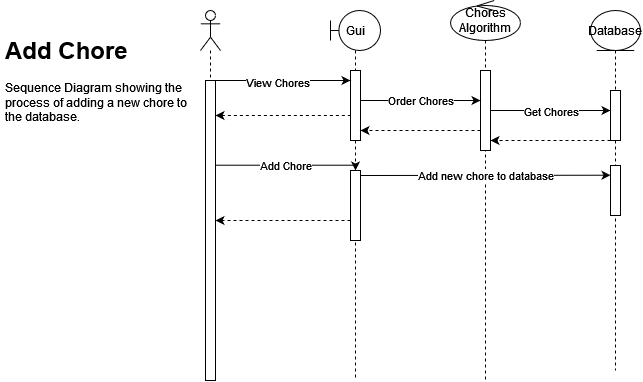
The draw.io diagram missions/mission03/SequenceDiagramAddChore.png in ray66han/SW-Etal-Grp-Work, before a commit. Source tidied: cells renumbered, new cells last; positions are measured from the earlier drawing's top-left corner, leaving out a move shared by most shapes. The source it was exported from:
```xml
<mxGraphModel>
  <root>
    <mxCell id="0" />
    <mxCell id="1" parent="0" />
    <mxCell id="2" style="shape=umlLifeline;perimeter=lifelinePerimeter;whiteSpace=wrap;html=1;outlineConnect=0;portConstraint=eastwest;newEdgeStyle={&quot;edgeStyle&quot;:&quot;elbowEdgeStyle&quot;,&quot;elbow&quot;:&quot;vertical&quot;,&quot;curved&quot;:0,&quot;rounded&quot;:0};participant=umlActor;labelBackgroundColor=none;rounded=0;" parent="1" vertex="1">
      <mxGeometry x="200" y="10" width="20" height="370" as="geometry" />
    </mxCell>
    <mxCell id="3" style="html=1;points=[];perimeter=orthogonalPerimeter;outlineConnect=0;targetShapes=umlLifeline;portConstraint=eastwest;newEdgeStyle={&quot;edgeStyle&quot;:&quot;elbowEdgeStyle&quot;,&quot;elbow&quot;:&quot;vertical&quot;,&quot;curved&quot;:0,&quot;rounded&quot;:0};labelBackgroundColor=none;rounded=0;" parent="2" vertex="1">
      <mxGeometry x="5" y="70" width="10" height="300" as="geometry" />
    </mxCell>
    <mxCell id="4" value="Gui" style="shape=umlLifeline;perimeter=lifelinePerimeter;whiteSpace=wrap;html=1;newEdgeStyle={&quot;edgeStyle&quot;:&quot;elbowEdgeStyle&quot;,&quot;elbow&quot;:&quot;vertical&quot;,&quot;curved&quot;:0,&quot;rounded&quot;:0};participant=umlBoundary;" parent="1" vertex="1">
      <mxGeometry x="330" y="10" width="50" height="370" as="geometry" />
    </mxCell>
    <mxCell id="5" style="html=1;points=[];perimeter=orthogonalPerimeter;outlineConnect=0;targetShapes=umlLifeline;portConstraint=eastwest;newEdgeStyle={&quot;edgeStyle&quot;:&quot;elbowEdgeStyle&quot;,&quot;elbow&quot;:&quot;vertical&quot;,&quot;curved&quot;:0,&quot;rounded&quot;:0};labelBackgroundColor=none;rounded=0;" parent="4" vertex="1">
      <mxGeometry x="20" y="60" width="10" height="70" as="geometry" />
    </mxCell>
    <mxCell id="6" style="html=1;points=[];perimeter=orthogonalPerimeter;outlineConnect=0;targetShapes=umlLifeline;portConstraint=eastwest;newEdgeStyle={&quot;edgeStyle&quot;:&quot;elbowEdgeStyle&quot;,&quot;elbow&quot;:&quot;vertical&quot;,&quot;curved&quot;:0,&quot;rounded&quot;:0};labelBackgroundColor=none;rounded=0;" parent="4" vertex="1">
      <mxGeometry x="20" y="160" width="10" height="70" as="geometry" />
    </mxCell>
    <mxCell id="7" value="&lt;div&gt;Chores Algorithm&lt;/div&gt;" style="shape=umlLifeline;perimeter=lifelinePerimeter;whiteSpace=wrap;html=1;newEdgeStyle={&quot;edgeStyle&quot;:&quot;elbowEdgeStyle&quot;,&quot;elbow&quot;:&quot;vertical&quot;,&quot;curved&quot;:0,&quot;rounded&quot;:0};participant=umlControl;" parent="1" vertex="1">
      <mxGeometry x="450" width="70" height="380" as="geometry" />
    </mxCell>
    <mxCell id="8" style="html=1;points=[];perimeter=orthogonalPerimeter;outlineConnect=0;targetShapes=umlLifeline;portConstraint=eastwest;newEdgeStyle={&quot;edgeStyle&quot;:&quot;elbowEdgeStyle&quot;,&quot;elbow&quot;:&quot;vertical&quot;,&quot;curved&quot;:0,&quot;rounded&quot;:0};labelBackgroundColor=none;rounded=0;" parent="7" vertex="1">
      <mxGeometry x="30" y="70" width="10" height="80" as="geometry" />
    </mxCell>
    <mxCell id="9" value="Database" style="shape=umlLifeline;perimeter=lifelinePerimeter;whiteSpace=wrap;html=1;newEdgeStyle={&quot;edgeStyle&quot;:&quot;elbowEdgeStyle&quot;,&quot;elbow&quot;:&quot;vertical&quot;,&quot;curved&quot;:0,&quot;rounded&quot;:0};participant=umlEntity;" parent="1" vertex="1">
      <mxGeometry x="590" y="10" width="50" height="360" as="geometry" />
    </mxCell>
    <mxCell id="10" style="html=1;points=[];perimeter=orthogonalPerimeter;outlineConnect=0;targetShapes=umlLifeline;portConstraint=eastwest;newEdgeStyle={&quot;edgeStyle&quot;:&quot;elbowEdgeStyle&quot;,&quot;elbow&quot;:&quot;vertical&quot;,&quot;curved&quot;:0,&quot;rounded&quot;:0};labelBackgroundColor=none;rounded=0;" parent="9" vertex="1">
      <mxGeometry x="20" y="80" width="10" height="50" as="geometry" />
    </mxCell>
    <mxCell id="11" style="html=1;points=[];perimeter=orthogonalPerimeter;outlineConnect=0;targetShapes=umlLifeline;portConstraint=eastwest;newEdgeStyle={&quot;edgeStyle&quot;:&quot;elbowEdgeStyle&quot;,&quot;elbow&quot;:&quot;vertical&quot;,&quot;curved&quot;:0,&quot;rounded&quot;:0};labelBackgroundColor=none;rounded=0;" parent="9" vertex="1">
      <mxGeometry x="20" y="155" width="10" height="50" as="geometry" />
    </mxCell>
    <mxCell id="12" style="edgeStyle=elbowEdgeStyle;jettySize=auto;html=1;elbow=vertical;curved=0;rounded=0;" parent="1" edge="1" source="3">
      <mxGeometry relative="1" as="geometry">
        <mxPoint x="350" y="80" as="targetPoint" />
        <Array as="points">
          <mxPoint x="273" y="80" />
        </Array>
      </mxGeometry>
    </mxCell>
    <mxCell id="13" value="View Chores" style="edgeLabel;html=1;align=center;verticalAlign=middle;" parent="12" vertex="1">
      <mxGeometry x="-0.09" y="-2" relative="1" as="geometry" />
    </mxCell>
    <mxCell id="14" style="edgeStyle=elbowEdgeStyle;jettySize=auto;html=1;elbow=vertical;curved=0;rounded=0;startArrow=classic;startFill=1;endArrow=none;endFill=0;dashed=1;" parent="1" edge="1" source="3" target="5">
      <mxGeometry relative="1" as="geometry">
        <Array as="points">
          <mxPoint x="290" y="115" />
          <mxPoint x="320" y="130" />
          <mxPoint x="268" y="140" />
        </Array>
      </mxGeometry>
    </mxCell>
    <mxCell id="15" value="Order Chores" style="edgeStyle=elbowEdgeStyle;orthogonalLoop=1;jettySize=auto;html=1;elbow=horizontal;curved=0;rounded=0;" parent="1" edge="1">
      <mxGeometry relative="1" as="geometry">
        <mxPoint x="360" y="100" as="sourcePoint" />
        <mxPoint x="480" y="100" as="targetPoint" />
        <Array as="points">
          <mxPoint x="420" y="100" />
        </Array>
      </mxGeometry>
    </mxCell>
    <mxCell id="16" style="edgeStyle=elbowEdgeStyle;jettySize=auto;html=1;elbow=vertical;curved=0;rounded=0;" parent="1" edge="1" source="8" target="10">
      <mxGeometry relative="1" as="geometry">
        <Array as="points">
          <mxPoint x="550" y="110" />
        </Array>
      </mxGeometry>
    </mxCell>
    <mxCell id="17" value="&lt;div&gt;Get Chores&lt;/div&gt;" style="edgeLabel;html=1;align=center;verticalAlign=middle;" parent="16" vertex="1">
      <mxGeometry x="-0.29" y="-1" relative="1" as="geometry">
        <mxPoint x="18" as="offset" />
      </mxGeometry>
    </mxCell>
    <mxCell id="18" style="edgeStyle=elbowEdgeStyle;jettySize=auto;html=1;elbow=vertical;curved=0;rounded=0;dashed=1;" parent="1" edge="1" source="10" target="8">
      <mxGeometry relative="1" as="geometry">
        <Array as="points">
          <mxPoint x="520" y="140" />
          <mxPoint x="560" y="150" />
        </Array>
      </mxGeometry>
    </mxCell>
    <mxCell id="19" style="edgeStyle=elbowEdgeStyle;jettySize=auto;html=1;elbow=vertical;curved=0;rounded=0;dashed=1;" parent="1" edge="1" source="8" target="5">
      <mxGeometry relative="1" as="geometry">
        <Array as="points">
          <mxPoint x="410" y="130" />
          <mxPoint x="420" y="150" />
        </Array>
      </mxGeometry>
    </mxCell>
    <mxCell id="20" style="edgeStyle=elbowEdgeStyle;jettySize=auto;html=1;elbow=vertical;curved=0;rounded=0;dashed=1;" parent="1" edge="1" target="3">
      <mxGeometry relative="1" as="geometry">
        <mxPoint x="350" y="220" as="sourcePoint" />
        <Array as="points">
          <mxPoint x="340" y="220" />
          <mxPoint x="430" y="219.7" />
        </Array>
      </mxGeometry>
    </mxCell>
    <mxCell id="21" style="edgeStyle=elbowEdgeStyle;jettySize=auto;html=1;elbow=vertical;curved=0;rounded=0;" parent="1" edge="1" source="3" target="6">
      <mxGeometry relative="1" as="geometry">
        <Array as="points">
          <mxPoint x="268" y="164.7" />
        </Array>
      </mxGeometry>
    </mxCell>
    <mxCell id="22" value="&lt;div&gt;Add Chore&lt;br&gt;&lt;/div&gt;" style="edgeLabel;html=1;align=center;verticalAlign=middle;" parent="21" vertex="1">
      <mxGeometry x="-0.09" y="-2" relative="1" as="geometry">
        <mxPoint x="3" y="-2" as="offset" />
      </mxGeometry>
    </mxCell>
    <mxCell id="23" style="edgeStyle=elbowEdgeStyle;jettySize=auto;html=1;elbow=vertical;curved=0;rounded=0;" parent="1" edge="1" target="11">
      <mxGeometry relative="1" as="geometry">
        <mxPoint x="360" y="175" as="sourcePoint" />
        <Array as="points">
          <mxPoint x="413" y="174.7" />
        </Array>
      </mxGeometry>
    </mxCell>
    <mxCell id="24" value="Add new chore to database" style="edgeLabel;html=1;align=center;verticalAlign=middle;" parent="23" vertex="1">
      <mxGeometry x="-0.09" y="-2" relative="1" as="geometry">
        <mxPoint x="11" y="-2" as="offset" />
      </mxGeometry>
    </mxCell>
    <mxCell id="25" value="&lt;h1&gt;Add Chore&lt;br&gt;&lt;/h1&gt;&lt;p&gt;Sequence Diagram showing the process of adding a new chore to the database.&lt;br&gt;&lt;/p&gt;" style="text;html=1;strokeColor=none;fillColor=none;spacing=5;spacingTop=-20;whiteSpace=wrap;overflow=hidden;rounded=0;" parent="1" vertex="1">
      <mxGeometry y="30" width="190" height="120" as="geometry" />
    </mxCell>
  </root>
</mxGraphModel>
```
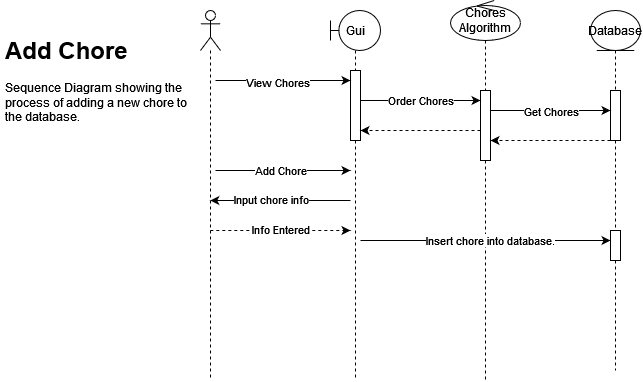
After the commit.

The edit, as a diff of the source:
```diff
@@ -2,26 +2,33 @@
   <root>
     <mxCell id="0" />
     <mxCell id="1" parent="0" />
+    <mxCell id="26" style="edgeStyle=elbowEdgeStyle;rounded=0;jettySize=auto;html=1;elbow=vertical;curved=0;dashed=1;" parent="1" edge="1" source="2">
+      <mxGeometry relative="1" as="geometry">
+        <mxPoint x="350" y="230" as="targetPoint" />
+        <Array as="points">
+          <mxPoint x="330" y="230" />
+        </Array>
+      </mxGeometry>
+    </mxCell>
+    <mxCell id="27" value="Info Entered" style="edgeLabel;html=1;align=center;verticalAlign=middle;" parent="26" vertex="1">
+      <mxGeometry x="-0.14" y="1" relative="1" as="geometry">
+        <mxPoint x="10" as="offset" />
+      </mxGeometry>
+    </mxCell>
     <mxCell id="2" style="shape=umlLifeline;perimeter=lifelinePerimeter;whiteSpace=wrap;html=1;outlineConnect=0;portConstraint=eastwest;newEdgeStyle={&quot;edgeStyle&quot;:&quot;elbowEdgeStyle&quot;,&quot;elbow&quot;:&quot;vertical&quot;,&quot;curved&quot;:0,&quot;rounded&quot;:0};participant=umlActor;labelBackgroundColor=none;rounded=0;" parent="1" vertex="1">
       <mxGeometry x="200" y="10" width="20" height="370" as="geometry" />
     </mxCell>
-    <mxCell id="3" style="html=1;points=[];perimeter=orthogonalPerimeter;outlineConnect=0;targetShapes=umlLifeline;portConstraint=eastwest;newEdgeStyle={&quot;edgeStyle&quot;:&quot;elbowEdgeStyle&quot;,&quot;elbow&quot;:&quot;vertical&quot;,&quot;curved&quot;:0,&quot;rounded&quot;:0};labelBackgroundColor=none;rounded=0;" parent="2" vertex="1">
-      <mxGeometry x="5" y="70" width="10" height="300" as="geometry" />
-    </mxCell>
     <mxCell id="4" value="Gui" style="shape=umlLifeline;perimeter=lifelinePerimeter;whiteSpace=wrap;html=1;newEdgeStyle={&quot;edgeStyle&quot;:&quot;elbowEdgeStyle&quot;,&quot;elbow&quot;:&quot;vertical&quot;,&quot;curved&quot;:0,&quot;rounded&quot;:0};participant=umlBoundary;" parent="1" vertex="1">
       <mxGeometry x="330" y="10" width="50" height="370" as="geometry" />
     </mxCell>
     <mxCell id="5" style="html=1;points=[];perimeter=orthogonalPerimeter;outlineConnect=0;targetShapes=umlLifeline;portConstraint=eastwest;newEdgeStyle={&quot;edgeStyle&quot;:&quot;elbowEdgeStyle&quot;,&quot;elbow&quot;:&quot;vertical&quot;,&quot;curved&quot;:0,&quot;rounded&quot;:0};labelBackgroundColor=none;rounded=0;" parent="4" vertex="1">
       <mxGeometry x="20" y="60" width="10" height="70" as="geometry" />
     </mxCell>
-    <mxCell id="6" style="html=1;points=[];perimeter=orthogonalPerimeter;outlineConnect=0;targetShapes=umlLifeline;portConstraint=eastwest;newEdgeStyle={&quot;edgeStyle&quot;:&quot;elbowEdgeStyle&quot;,&quot;elbow&quot;:&quot;vertical&quot;,&quot;curved&quot;:0,&quot;rounded&quot;:0};labelBackgroundColor=none;rounded=0;" parent="4" vertex="1">
-      <mxGeometry x="20" y="160" width="10" height="70" as="geometry" />
-    </mxCell>
     <mxCell id="7" value="&lt;div&gt;Chores Algorithm&lt;/div&gt;" style="shape=umlLifeline;perimeter=lifelinePerimeter;whiteSpace=wrap;html=1;newEdgeStyle={&quot;edgeStyle&quot;:&quot;elbowEdgeStyle&quot;,&quot;elbow&quot;:&quot;vertical&quot;,&quot;curved&quot;:0,&quot;rounded&quot;:0};participant=umlControl;" parent="1" vertex="1">
       <mxGeometry x="450" width="70" height="380" as="geometry" />
     </mxCell>
     <mxCell id="8" style="html=1;points=[];perimeter=orthogonalPerimeter;outlineConnect=0;targetShapes=umlLifeline;portConstraint=eastwest;newEdgeStyle={&quot;edgeStyle&quot;:&quot;elbowEdgeStyle&quot;,&quot;elbow&quot;:&quot;vertical&quot;,&quot;curved&quot;:0,&quot;rounded&quot;:0};labelBackgroundColor=none;rounded=0;" parent="7" vertex="1">
-      <mxGeometry x="30" y="70" width="10" height="80" as="geometry" />
+      <mxGeometry x="30" y="90" width="10" height="70" as="geometry" />
     </mxCell>
     <mxCell id="9" value="Database" style="shape=umlLifeline;perimeter=lifelinePerimeter;whiteSpace=wrap;html=1;newEdgeStyle={&quot;edgeStyle&quot;:&quot;elbowEdgeStyle&quot;,&quot;elbow&quot;:&quot;vertical&quot;,&quot;curved&quot;:0,&quot;rounded&quot;:0};participant=umlEntity;" parent="1" vertex="1">
       <mxGeometry x="590" y="10" width="50" height="360" as="geometry" />
@@ -29,11 +36,12 @@
     <mxCell id="10" style="html=1;points=[];perimeter=orthogonalPerimeter;outlineConnect=0;targetShapes=umlLifeline;portConstraint=eastwest;newEdgeStyle={&quot;edgeStyle&quot;:&quot;elbowEdgeStyle&quot;,&quot;elbow&quot;:&quot;vertical&quot;,&quot;curved&quot;:0,&quot;rounded&quot;:0};labelBackgroundColor=none;rounded=0;" parent="9" vertex="1">
       <mxGeometry x="20" y="80" width="10" height="50" as="geometry" />
     </mxCell>
-    <mxCell id="11" style="html=1;points=[];perimeter=orthogonalPerimeter;outlineConnect=0;targetShapes=umlLifeline;portConstraint=eastwest;newEdgeStyle={&quot;edgeStyle&quot;:&quot;elbowEdgeStyle&quot;,&quot;elbow&quot;:&quot;vertical&quot;,&quot;curved&quot;:0,&quot;rounded&quot;:0};labelBackgroundColor=none;rounded=0;" parent="9" vertex="1">
-      <mxGeometry x="20" y="155" width="10" height="50" as="geometry" />
-    </mxCell>
+    <mxCell id="28" style="html=1;perimeter=orthogonalPerimeter;targetShapes=umlLifeline;newEdgeStyle={&quot;edgeStyle&quot;:&quot;elbowEdgeStyle&quot;,&quot;elbow&quot;:&quot;vertical&quot;,&quot;curved&quot;:0,&quot;rounded&quot;:0};labelBackgroundColor=none;rounded=0;" parent="9" vertex="1">
+      <mxGeometry x="20" y="220" width="10" height="30" as="geometry" />
+    </mxCell>
-    <mxCell id="12" style="edgeStyle=elbowEdgeStyle;jettySize=auto;html=1;elbow=vertical;curved=0;rounded=0;" parent="1" edge="1" source="3">
+    <mxCell id="12" style="edgeStyle=elbowEdgeStyle;orthogonalLoop=1;jettySize=auto;html=1;elbow=vertical;curved=0;rounded=0;" parent="1" edge="1">
       <mxGeometry relative="1" as="geometry">
+        <mxPoint x="215" y="80" as="sourcePoint" />
         <mxPoint x="350" y="80" as="targetPoint" />
         <Array as="points">
           <mxPoint x="273" y="80" />
@@ -43,15 +51,6 @@
     <mxCell id="13" value="View Chores" style="edgeLabel;html=1;align=center;verticalAlign=middle;" parent="12" vertex="1">
       <mxGeometry x="-0.09" y="-2" relative="1" as="geometry" />
     </mxCell>
-    <mxCell id="14" style="edgeStyle=elbowEdgeStyle;jettySize=auto;html=1;elbow=vertical;curved=0;rounded=0;startArrow=classic;startFill=1;endArrow=none;endFill=0;dashed=1;" parent="1" edge="1" source="3" target="5">
-      <mxGeometry relative="1" as="geometry">
-        <Array as="points">
-          <mxPoint x="290" y="115" />
-          <mxPoint x="320" y="130" />
-          <mxPoint x="268" y="140" />
-        </Array>
-      </mxGeometry>
-    </mxCell>
     <mxCell id="15" value="Order Chores" style="edgeStyle=elbowEdgeStyle;orthogonalLoop=1;jettySize=auto;html=1;elbow=horizontal;curved=0;rounded=0;" parent="1" edge="1">
       <mxGeometry relative="1" as="geometry">
         <mxPoint x="360" y="100" as="sourcePoint" />
@@ -89,19 +88,12 @@
         </Array>
       </mxGeometry>
     </mxCell>
-    <mxCell id="20" style="edgeStyle=elbowEdgeStyle;jettySize=auto;html=1;elbow=vertical;curved=0;rounded=0;dashed=1;" parent="1" edge="1" target="3">
-      <mxGeometry relative="1" as="geometry">
-        <mxPoint x="350" y="220" as="sourcePoint" />
-        <Array as="points">
-          <mxPoint x="340" y="220" />
-          <mxPoint x="430" y="219.7" />
-        </Array>
-      </mxGeometry>
-    </mxCell>
-    <mxCell id="21" style="edgeStyle=elbowEdgeStyle;jettySize=auto;html=1;elbow=vertical;curved=0;rounded=0;" parent="1" edge="1" source="3" target="6">
+    <mxCell id="21" style="edgeStyle=elbowEdgeStyle;orthogonalLoop=1;jettySize=auto;html=1;elbow=vertical;curved=0;rounded=0;" parent="1" edge="1">
       <mxGeometry relative="1" as="geometry">
+        <mxPoint x="215" y="170" as="sourcePoint" />
+        <mxPoint x="350" y="170" as="targetPoint" />
         <Array as="points">
-          <mxPoint x="268" y="164.7" />
+          <mxPoint x="290" y="170" />
         </Array>
       </mxGeometry>
     </mxCell>
@@ -110,21 +102,34 @@
         <mxPoint x="3" y="-2" as="offset" />
       </mxGeometry>
     </mxCell>
-    <mxCell id="23" style="edgeStyle=elbowEdgeStyle;jettySize=auto;html=1;elbow=vertical;curved=0;rounded=0;" parent="1" edge="1" target="11">
-      <mxGeometry relative="1" as="geometry">
-        <mxPoint x="360" y="175" as="sourcePoint" />
-        <Array as="points">
-          <mxPoint x="413" y="174.7" />
-        </Array>
-      </mxGeometry>
-    </mxCell>
-    <mxCell id="24" value="Add new chore to database" style="edgeLabel;html=1;align=center;verticalAlign=middle;" parent="23" vertex="1">
-      <mxGeometry x="-0.09" y="-2" relative="1" as="geometry">
-        <mxPoint x="11" y="-2" as="offset" />
-      </mxGeometry>
-    </mxCell>
     <mxCell id="25" value="&lt;h1&gt;Add Chore&lt;br&gt;&lt;/h1&gt;&lt;p&gt;Sequence Diagram showing the process of adding a new chore to the database.&lt;br&gt;&lt;/p&gt;" style="text;html=1;strokeColor=none;fillColor=none;spacing=5;spacingTop=-20;whiteSpace=wrap;overflow=hidden;rounded=0;" parent="1" vertex="1">
       <mxGeometry y="30" width="190" height="120" as="geometry" />
     </mxCell>
+    <mxCell id="29" style="edgeStyle=elbowEdgeStyle;rounded=0;jettySize=auto;html=1;elbow=vertical;curved=0;" parent="1" edge="1" target="2">
+      <mxGeometry relative="1" as="geometry">
+        <mxPoint x="350" y="200" as="sourcePoint" />
+        <Array as="points">
+          <mxPoint x="260" y="200" />
+          <mxPoint x="250" y="210" />
+        </Array>
+      </mxGeometry>
+    </mxCell>
+    <mxCell id="30" value="&lt;div&gt;Input chore info&lt;/div&gt;" style="edgeLabel;html=1;align=center;verticalAlign=middle;" parent="29" vertex="1">
+      <mxGeometry x="0.13" y="-1" relative="1" as="geometry" />
+    </mxCell>
+    <mxCell id="31" style="edgeStyle=elbowEdgeStyle;rounded=0;orthogonalLoop=1;jettySize=auto;html=1;elbow=vertical;curved=0;" parent="1" edge="1">
+      <mxGeometry relative="1" as="geometry">
+        <mxPoint x="360" y="240" as="sourcePoint" />
+        <mxPoint x="610" y="240" as="targetPoint" />
+        <Array as="points">
+          <mxPoint x="510" y="240" />
+        </Array>
+      </mxGeometry>
+    </mxCell>
+    <mxCell id="32" value="Insert chore into database." style="edgeLabel;html=1;align=center;verticalAlign=middle;" parent="31" vertex="1">
+      <mxGeometry x="0.55" relative="1" as="geometry">
+        <mxPoint x="-64" as="offset" />
+      </mxGeometry>
+    </mxCell>
   </root>
 </mxGraphModel>
```
